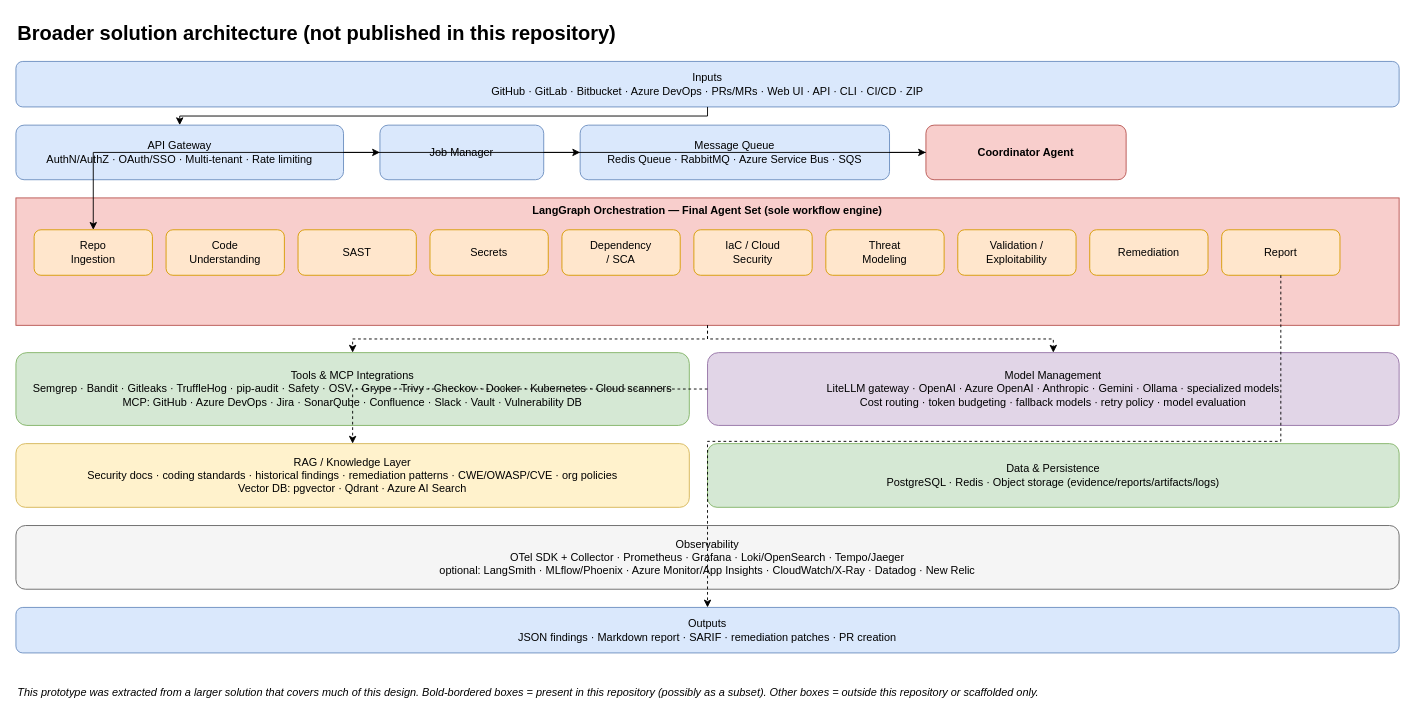
The draw.io diagram docs/final_architecture.drawio in gusedugousa/CodeSecurityAIAgent, before the edit. Source tidied: cells renumbered, new cells numbered last; positions are measured from the earlier drawing's top-left corner, leaving out a move shared by most shapes. Both pictures are drawn from the tidied source at 91%, with x=0, y=0 at pixel (15, 15).
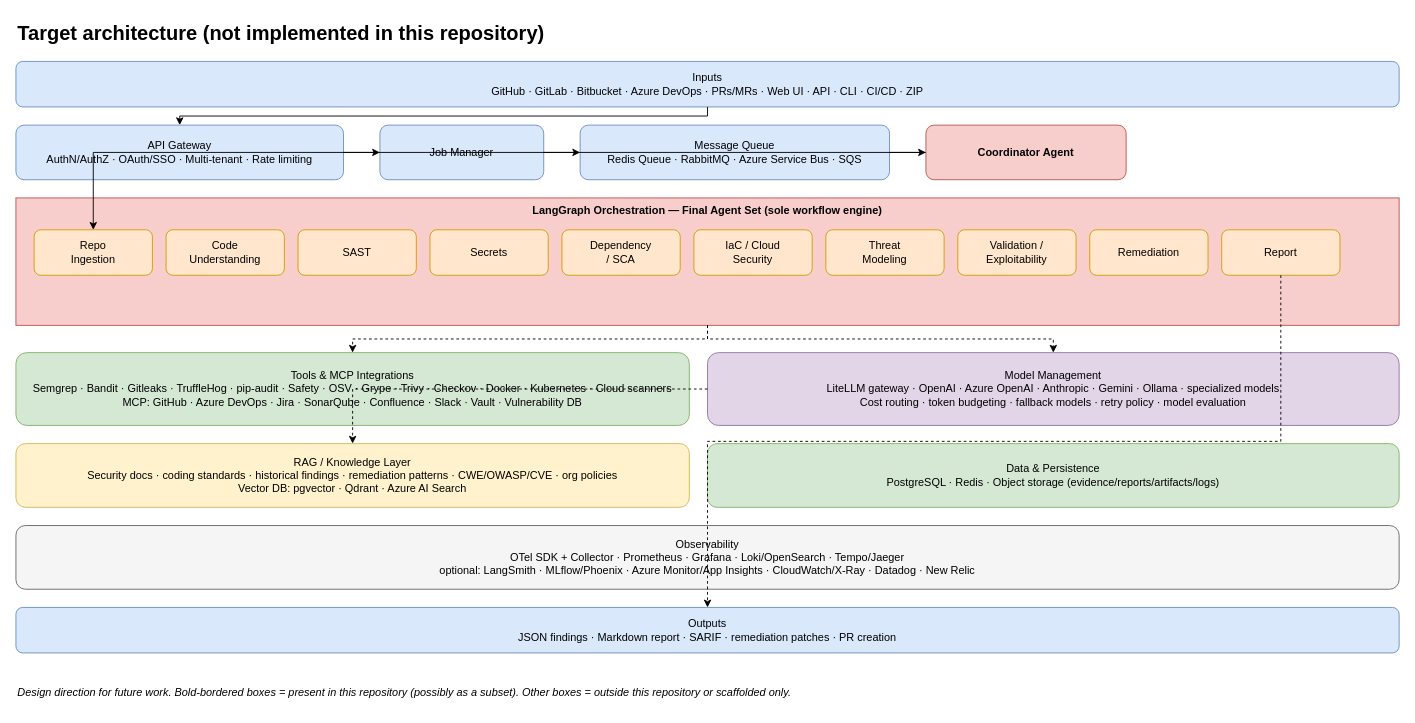
Above is the later version.

Commit message (it also covers changes not shown here):
Describe the lower diagram panel as target architecture; release 0.1.2

Diff of the diagram source:
```diff
@@
-    <mxCell id="2" value="Broader solution architecture (not published in this repository)" style="text;html=1;fontSize=22;fontStyle=1;align=left;" parent="1" vertex="1">
+    <mxCell id="2" value="Target architecture (not implemented in this repository)" style="text;html=1;fontSize=22;fontStyle=1;align=left;" parent="1" vertex="1">
       <mxGeometry width="800" height="30" as="geometry" />
     </mxCell>
@@
-    <mxCell id="25" value="This prototype was extracted from a larger solution that covers much of this design. Bold-bordered boxes = present in this repository (possibly as a subset). Other boxes = outside this repository or scaffolded only." style="text;html=1;fontSize=12;fontStyle=2;align=left;" parent="1" vertex="1">
+    <mxCell id="25" value="Design direction for future work. Bold-bordered boxes = present in this repository (possibly as a subset). Other boxes = outside this repository or scaffolded only." style="text;html=1;fontSize=12;fontStyle=2;align=left;" parent="1" vertex="1">
       <mxGeometry y="730" width="900" height="30" as="geometry" />
     </mxCell>
```
